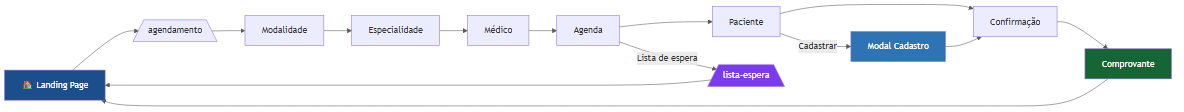
This is diagramas/mapa-navegacao.png from Raikyr4/clinica-N2, a Mermaid export, as it was before one commit. Its source is kept beside it as diagramas/mapa-navegacao.mmd. Source of this version:
```mermaid
flowchart LR
    HOME[🏠 Landing Page] --> AG[/agendamento\]
    AG --> E1[Modalidade]
    E1 --> E2[Especialidade]
    E2 --> E3[Médico]
    E3 --> E4[Agenda]
    E4 --> E5[Paciente]
    E5 --> E6[Confirmação]
    E6 --> E7[Comprovante]
    E7 --> HOME

    E4 -->|Lista de espera| LE[/lista-espera\]
    LE --> HOME

    E5 -->|Cadastrar| MODAL[Modal Cadastro]
    MODAL --> E6

    style HOME fill:#1B4E8A,color:#fff
    style E7 fill:#166534,color:#fff
    style LE fill:#7C3AED,color:#fff
    style MODAL fill:#2E74B5,color:#fff
```
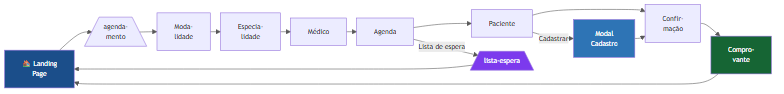
After the commit.

What changed in the source:
```diff
@@ -1,18 +1,19 @@
+%%{init: {'flowchart': {'nodeSpacing': 12, 'rankSpacing': 18}, 'themeVariables': {'fontSize': '12px'}}}%%
 flowchart LR
-    HOME[🏠 Landing Page] --> AG[/agendamento\]
-    AG --> E1[Modalidade]
-    E1 --> E2[Especialidade]
+    HOME[🏠 Landing<br/>Page] --> AG[/agenda-\nmento\]
+    AG --> E1[Moda-\nlidade]
+    E1 --> E2[Especia-\nlidade]
     E2 --> E3[Médico]
     E3 --> E4[Agenda]
     E4 --> E5[Paciente]
-    E5 --> E6[Confirmação]
-    E6 --> E7[Comprovante]
+    E5 --> E6[Confir-\nmação]
+    E6 --> E7[Compro-\nvante]
     E7 --> HOME
 
     E4 -->|Lista de espera| LE[/lista-espera\]
     LE --> HOME
 
-    E5 -->|Cadastrar| MODAL[Modal Cadastro]
+    E5 -->|Cadastrar| MODAL[Modal<br/>Cadastro]
     MODAL --> E6
 
     style HOME fill:#1B4E8A,color:#fff
```
